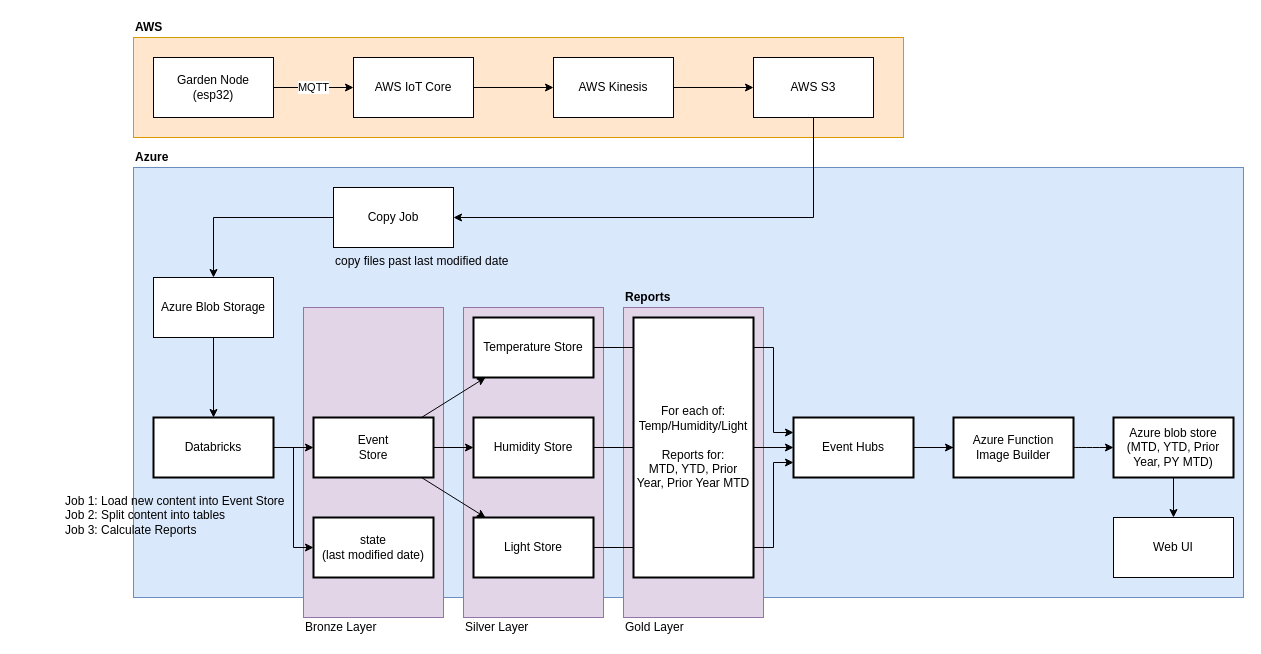
Earlier version of the draw.io diagram design.drawio (hadmacker/garden_databricks). Source tidied: cells renumbered, new cells numbered last; positions are measured from the earlier drawing's top-left corner, leaving out a move shared by most shapes. Both pictures are drawn from the tidied source at 100%, with x=0, y=0 at pixel (63, 17).
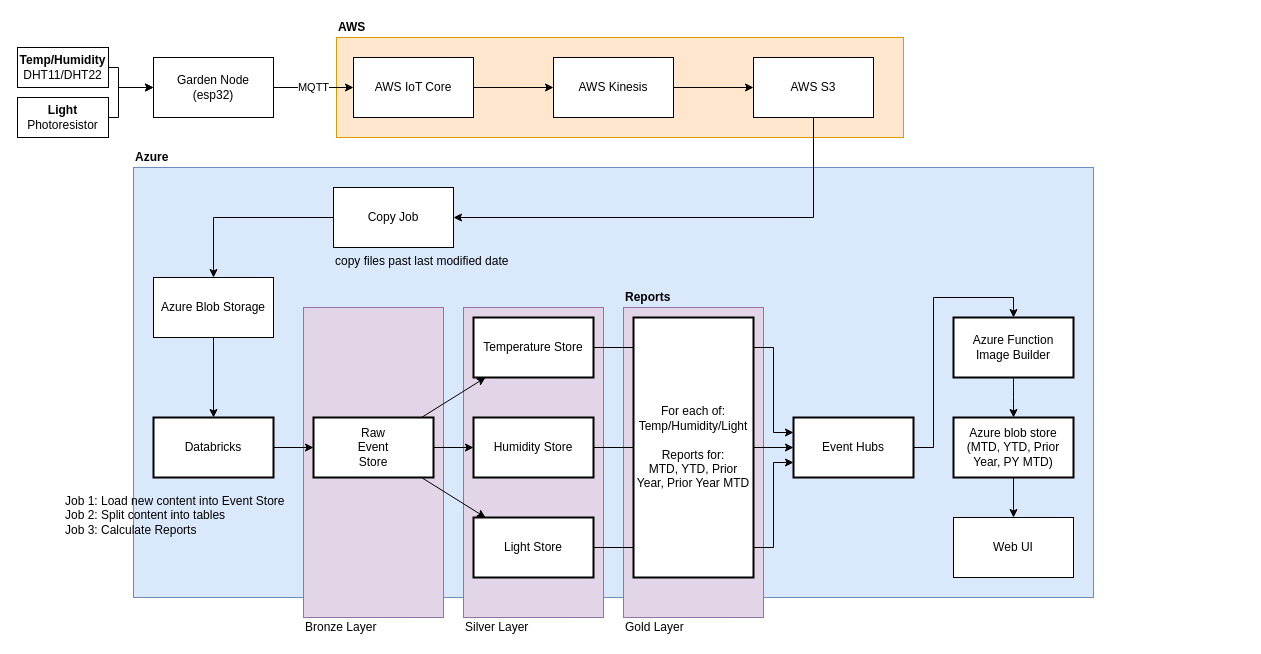
The same page after the edit.

Unchanged cells that the change refers to:
```xml
<mxCell id="10" value="Garden Node&lt;br&gt;(esp32)" style="rounded=0;whiteSpace=wrap;html=1;" parent="1" vertex="1">
  <mxGeometry x="90" y="40" width="120" height="60" as="geometry" />
</mxCell>
<mxCell id="21" value="Databricks" style="rounded=0;whiteSpace=wrap;html=1;strokeWidth=2;" parent="1" vertex="1">
  <mxGeometry x="90" y="400" width="120" height="60" as="geometry" />
</mxCell>
<mxCell id="35" value="Event Hubs" style="rounded=0;whiteSpace=wrap;html=1;strokeWidth=2;" parent="1" vertex="1">
  <mxGeometry x="730" y="400" width="120" height="60" as="geometry" />
</mxCell>
```

What changed in the source:
```diff
@@
     <mxCell id="2" style="rounded=0;whiteSpace=wrap;html=1;fillColor=#dae8fc;strokeColor=#6c8ebf;" parent="1" vertex="1">
-      <mxGeometry x="70" y="150" width="1110" height="430" as="geometry" />
+      <mxGeometry x="70" y="150" width="960" height="430" as="geometry" />
     </mxCell>
@@
     <mxCell id="6" style="rounded=0;whiteSpace=wrap;html=1;fillColor=#ffe6cc;strokeColor=#d79b00;" parent="1" vertex="1">
-      <mxGeometry x="70" y="20" width="770" height="100" as="geometry" />
+      <mxGeometry x="273" y="20" width="567" height="100" as="geometry" />
     </mxCell>
@@
-    <mxCell id="20" style="edgeStyle=orthogonalEdgeStyle;rounded=0;jumpStyle=arc;jettySize=auto;html=1;entryX=0;entryY=0.5;entryDx=0;entryDy=0;" parent="1" edge="1" source="21" target="22">
-      <mxGeometry relative="1" as="geometry" />
-    </mxCell>
@@
-    <mxCell id="22" value="state&lt;br&gt;(last modified date)" style="rounded=0;whiteSpace=wrap;html=1;strokeWidth=2;" parent="1" vertex="1">
-      <mxGeometry x="250" y="500" width="120" height="60" as="geometry" />
-    </mxCell>
@@
-    <mxCell id="26" value="Event&lt;br&gt;Store" style="rounded=0;whiteSpace=wrap;html=1;strokeWidth=2;" parent="1" vertex="1">
+    <mxCell id="26" value="Raw&lt;br&gt;Event&lt;br&gt;Store" style="rounded=0;whiteSpace=wrap;html=1;strokeWidth=2;" parent="1" vertex="1">
       <mxGeometry x="250" y="400" width="120" height="60" as="geometry" />
     </mxCell>
@@
     <mxCell id="31" value="Azure blob store&lt;br&gt;(MTD, YTD, Prior Year, PY MTD)" style="rounded=0;whiteSpace=wrap;html=1;strokeWidth=2;" parent="1" vertex="1">
-      <mxGeometry x="1050" y="400" width="120" height="60" as="geometry" />
+      <mxGeometry x="890" y="400" width="120" height="60" as="geometry" />
     </mxCell>
     <mxCell id="32" value="Web UI" style="rounded=0;whiteSpace=wrap;html=1;" parent="1" vertex="1">
-      <mxGeometry x="1050" y="500" width="120" height="60" as="geometry" />
+      <mxGeometry x="890" y="500" width="120" height="60" as="geometry" />
     </mxCell>
-    <mxCell id="33" style="edgeStyle=orthogonalEdgeStyle;curved=1;rounded=0;jumpStyle=arc;jettySize=auto;html=1;" parent="1" edge="1" source="35">
-      <mxGeometry relative="1" as="geometry">
-        <mxPoint x="930" y="430" as="targetPoint" />
-      </mxGeometry>
-    </mxCell>
-    <mxCell id="34" style="edgeStyle=orthogonalEdgeStyle;curved=1;rounded=0;jumpStyle=arc;jettySize=auto;html=1;" parent="1" edge="1" source="35" target="37">
+    <mxCell id="34" style="edgeStyle=orthogonalEdgeStyle;rounded=0;jumpStyle=arc;jettySize=auto;html=1;entryX=0.5;entryY=0;entryDx=0;entryDy=0;" parent="1" edge="1" source="35" target="37">
       <mxGeometry relative="1" as="geometry" />
     </mxCell>
@@
     <mxCell id="37" value="Azure Function&lt;br&gt;Image Builder" style="rounded=0;whiteSpace=wrap;html=1;strokeWidth=2;" parent="1" vertex="1">
-      <mxGeometry x="890" y="400" width="120" height="60" as="geometry" />
+      <mxGeometry x="890" y="300" width="120" height="60" as="geometry" />
     </mxCell>
@@
     <mxCell id="49" value="AWS" style="text;html=1;strokeColor=none;fillColor=none;align=left;verticalAlign=middle;whiteSpace=wrap;rounded=0;fontStyle=1;" parent="1" vertex="1">
-      <mxGeometry x="70" width="90" height="20" as="geometry" />
+      <mxGeometry x="273" width="90" height="20" as="geometry" />
     </mxCell>
+    <mxCell id="50" style="edgeStyle=orthogonalEdgeStyle;rounded=0;jumpStyle=arc;jettySize=auto;html=1;" parent="1" edge="1" source="51" target="10">
+      <mxGeometry relative="1" as="geometry">
+        <Array as="points">
+          <mxPoint x="55" y="50" />
+          <mxPoint x="55" y="70" />
+        </Array>
+      </mxGeometry>
+    </mxCell>
+    <mxCell id="51" value="&lt;b&gt;Temp/Humidity&lt;/b&gt;&lt;br&gt;DHT11/DHT22" style="rounded=0;whiteSpace=wrap;html=1;" parent="1" vertex="1">
+      <mxGeometry x="-46" y="30" width="91" height="40" as="geometry" />
+    </mxCell>
+    <mxCell id="52" style="edgeStyle=orthogonalEdgeStyle;rounded=0;jumpStyle=arc;jettySize=auto;html=1;" parent="1" edge="1" source="53" target="10">
+      <mxGeometry relative="1" as="geometry">
+        <Array as="points">
+          <mxPoint x="55" y="100" />
+          <mxPoint x="55" y="70" />
+        </Array>
+      </mxGeometry>
+    </mxCell>
+    <mxCell id="53" value="&lt;b&gt;Light&lt;/b&gt;&lt;br&gt;Photoresistor" style="rounded=0;whiteSpace=wrap;html=1;" parent="1" vertex="1">
+      <mxGeometry x="-46" y="80" width="91" height="40" as="geometry" />
+    </mxCell>
```
